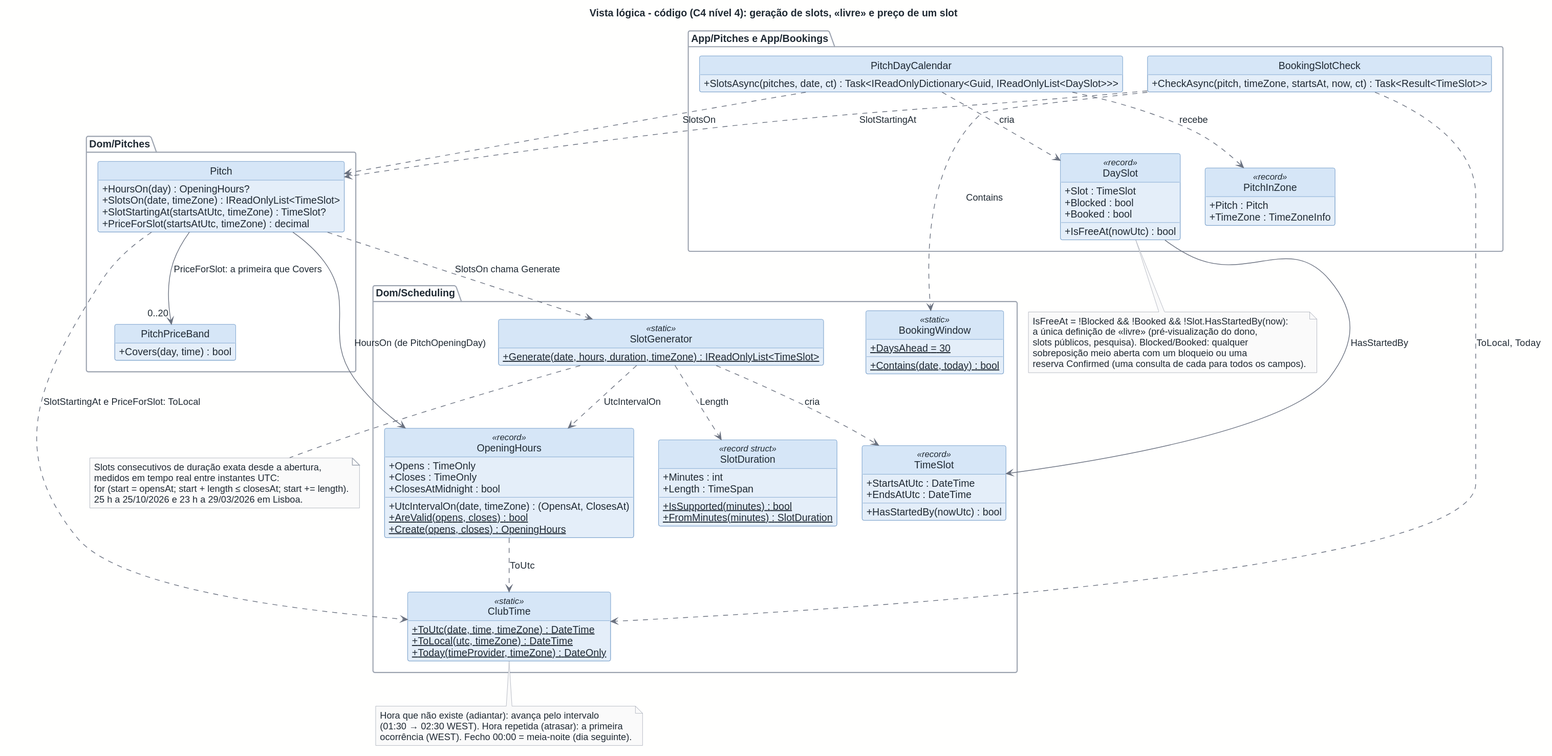
The PlantUML diagram docs/architecture/out/logical-code-slots.svg in rodrigo4sousa/SportsEstablishments, before a commit.
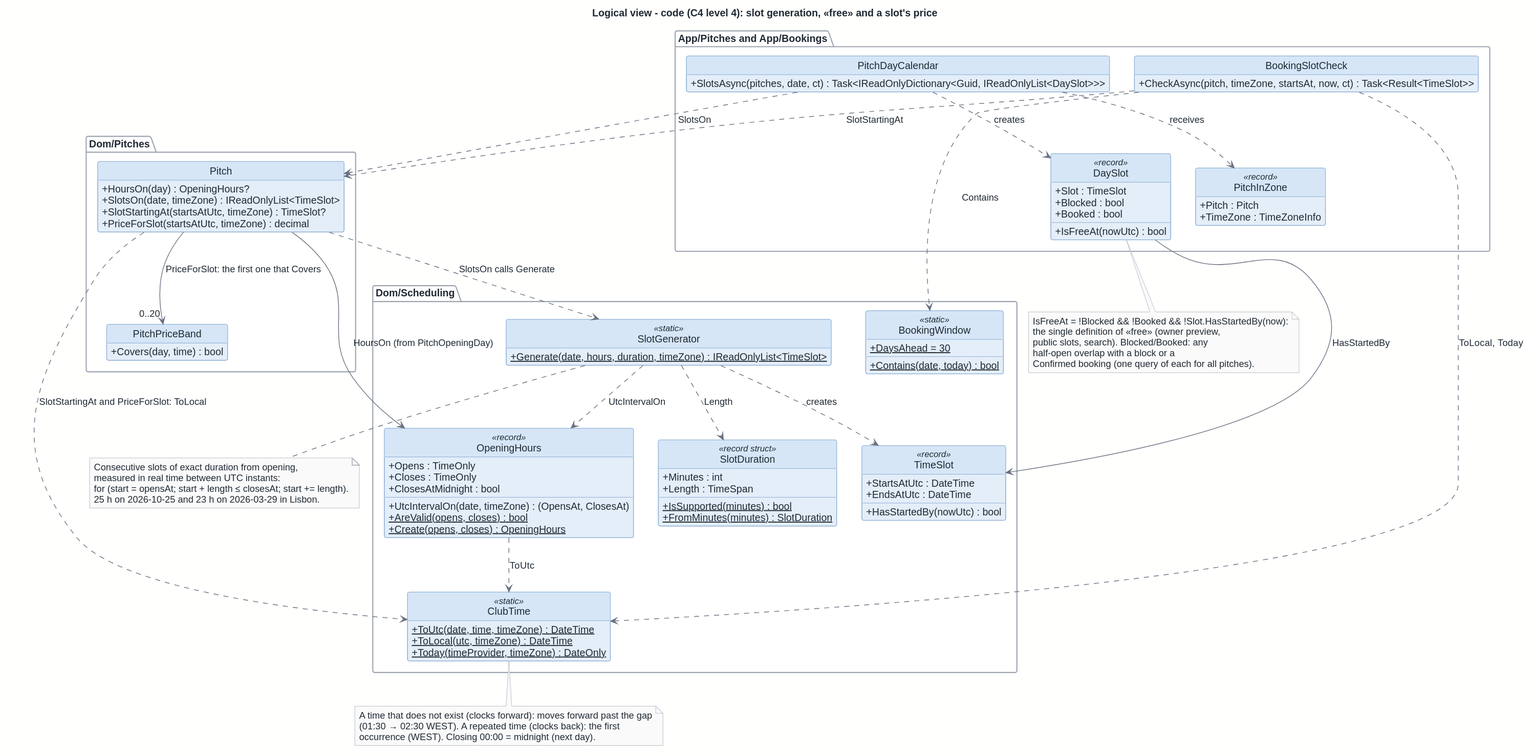
Later version of the same file.

Change to the diagram source:
```diff
@@ -1,6 +1,6 @@
 @startuml
 !include ../style.puml
-title Vista lógica - código (C4 nível 4): geração de slots, «livre» e preço de um slot
+title Logical view - code (C4 level 4): slot generation, «free» and a slot's price
 
 hide empty members
 
@@ -50,7 +50,7 @@
   }
 }
 
-package "App/Pitches e App/Bookings" {
+package "App/Pitches and App/Bookings" {
   class "PitchDayCalendar" as CC_DAYCAL {
     + SlotsAsync(pitches, date, ct) : Task<IReadOnlyDictionary<Guid, IReadOnlyList<DaySlot>>>
   }
@@ -69,40 +69,40 @@
   }
 }
 
-D_PITCH --> CC_CLUBTIME_OpeningHours : HoursOn (de PitchOpeningDay)
-D_PITCH ..> CC_CLUBTIME_SlotGenerator : SlotsOn chama Generate
-D_PITCH ..> CC_CLUBTIME_ClubTime : SlotStartingAt e PriceForSlot: ToLocal
-D_PITCH --> "0..20" D_PRICEBAND : PriceForSlot: a primeira que Covers
+D_PITCH --> CC_CLUBTIME_OpeningHours : HoursOn (from PitchOpeningDay)
+D_PITCH ..> CC_CLUBTIME_SlotGenerator : SlotsOn calls Generate
+D_PITCH ..> CC_CLUBTIME_ClubTime : SlotStartingAt and PriceForSlot: ToLocal
+D_PITCH --> "0..20" D_PRICEBAND : PriceForSlot: the first one that Covers
 CC_CLUBTIME_SlotGenerator ..> CC_CLUBTIME_OpeningHours : UtcIntervalOn
 CC_CLUBTIME_SlotGenerator ..> CC_CLUBTIME_SlotDuration : Length
-CC_CLUBTIME_SlotGenerator ..> D_SLOT : cria
+CC_CLUBTIME_SlotGenerator ..> D_SLOT : creates
 CC_CLUBTIME_OpeningHours ..> CC_CLUBTIME_ClubTime : ToUtc
-CC_DAYCAL ..> CC_DAYCAL_PitchInZone : recebe
+CC_DAYCAL ..> CC_DAYCAL_PitchInZone : receives
 CC_DAYCAL ..> D_PITCH : SlotsOn
-CC_DAYCAL ..> CC_DAYCAL_DaySlot : cria
+CC_DAYCAL ..> CC_DAYCAL_DaySlot : creates
 CC_DAYCAL_DaySlot --> D_SLOT : HasStartedBy
 CC_SLOTCHECK ..> D_PITCH : SlotStartingAt
 CC_SLOTCHECK ..> CC_CLUBTIME_BookingWindow : Contains
 CC_SLOTCHECK ..> CC_CLUBTIME_ClubTime : ToLocal, Today
 
 note bottom of CC_CLUBTIME_SlotGenerator
-  Slots consecutivos de duração exata desde a abertura,
-  medidos em tempo real entre instantes UTC:
+  Consecutive slots of exact duration from opening,
+  measured in real time between UTC instants:
   for (start = opensAt; start + length ≤ closesAt; start += length).
-  25 h a 25/10/2026 e 23 h a 29/03/2026 em Lisboa.
+  25 h on 2026-10-25 and 23 h on 2026-03-29 in Lisbon.
 end note
 
 note bottom of CC_CLUBTIME_ClubTime
-  Hora que não existe (adiantar): avança pelo intervalo
-  (01:30 → 02:30 WEST). Hora repetida (atrasar): a primeira
-  ocorrência (WEST). Fecho 00:00 = meia-noite (dia seguinte).
+  A time that does not exist (clocks forward): moves forward past the gap
+  (01:30 → 02:30 WEST). A repeated time (clocks back): the first
+  occurrence (WEST). Closing 00:00 = midnight (next day).
 end note
 
 note bottom of CC_DAYCAL_DaySlot
   IsFreeAt = !Blocked && !Booked && !Slot.HasStartedBy(now):
-  a única definição de «livre» (pré-visualização do dono,
-  slots públicos, pesquisa). Blocked/Booked: qualquer
-  sobreposição meio aberta com um bloqueio ou uma
-  reserva Confirmed (uma consulta de cada para todos os campos).
+  the single definition of «free» (owner preview,
+  public slots, search). Blocked/Booked: any
+  half-open overlap with a block or a
+  Confirmed booking (one query of each for all pitches).
 end note
 @enduml
```
